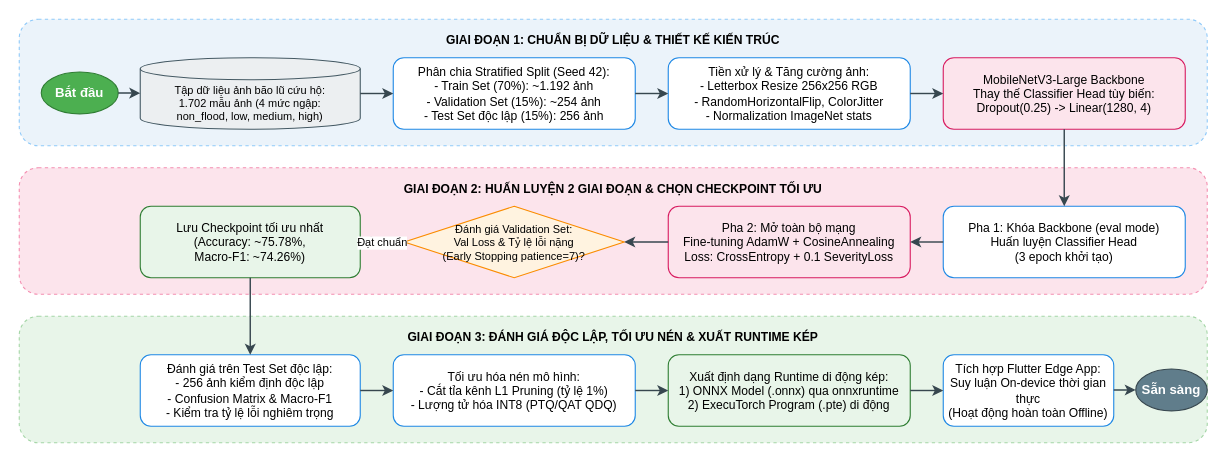
Earlier version of the draw.io diagram report/assets/diagrams/flow_09_ai_training_optimization.drawio (ngthtrong/nckh2). Source tidied: cells renumbered, new cells numbered last; positions are measured from the earlier drawing's top-left corner, leaving out a move shared by most shapes. Both pictures are drawn from the tidied source at 110%, with x=0, y=0 at pixel (19, 19).
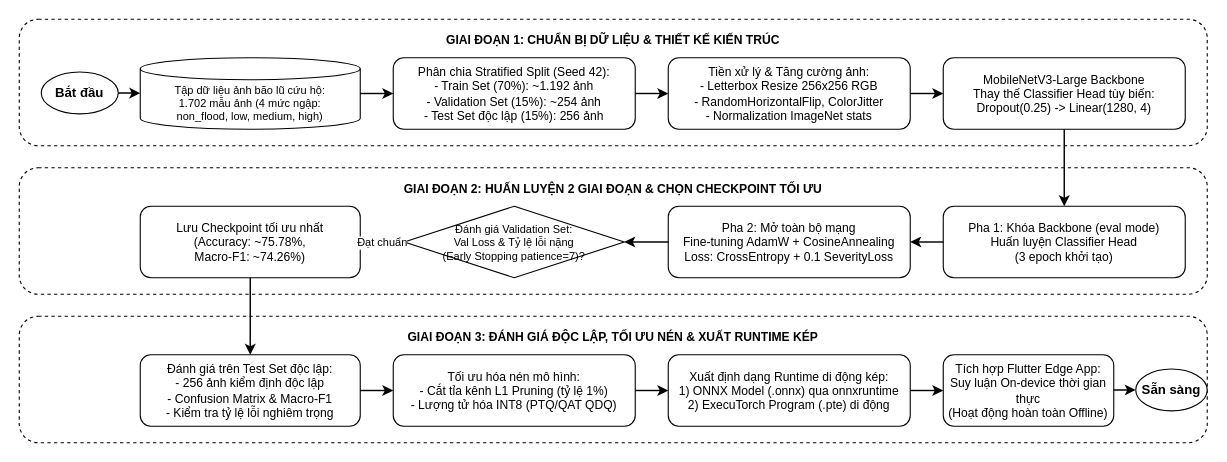
After the change.

The edit, as a diff of the source:
```diff
@@
-    <mxCell id="2" value="GIAI ĐOẠN 1: CHUẨN BỊ DỮ LIỆU &amp; THIẾT KẾ KIẾN TRÚC" style="rounded=1;whiteSpace=wrap;html=1;dashed=1;verticalAlign=top;fontStyle=1;fontSize=11;spacingTop=6;fillColor=#EBF3FA;strokeColor=#90CAF9;fontFamily=Helvetica;" parent="1" vertex="1">
+    <mxCell id="2" value="GIAI ĐOẠN 1: CHUẨN BỊ DỮ LIỆU &amp; THIẾT KẾ KIẾN TRÚC" style="rounded=1;whiteSpace=wrap;html=1;dashed=1;verticalAlign=top;fontStyle=1;fontSize=11;spacingTop=6;fillColor=#FFFFFF;strokeColor=#000000;fontFamily=Helvetica;" parent="1" vertex="1">
       <mxGeometry width="1080" height="115" as="geometry" />
     </mxCell>
-    <mxCell id="3" value="GIAI ĐOẠN 2: HUẤN LUYỆN 2 GIAI ĐOẠN &amp; CHỌN CHECKPOINT TỐI ƯU" style="rounded=1;whiteSpace=wrap;html=1;dashed=1;verticalAlign=top;fontStyle=1;fontSize=11;spacingTop=6;fillColor=#FCE4EC;strokeColor=#F48FB1;fontFamily=Helvetica;" parent="1" vertex="1">
+    <mxCell id="3" value="GIAI ĐOẠN 2: HUẤN LUYỆN 2 GIAI ĐOẠN &amp; CHỌN CHECKPOINT TỐI ƯU" style="rounded=1;whiteSpace=wrap;html=1;dashed=1;verticalAlign=top;fontStyle=1;fontSize=11;spacingTop=6;fillColor=#FFFFFF;strokeColor=#000000;fontFamily=Helvetica;" parent="1" vertex="1">
       <mxGeometry y="135" width="1080" height="115" as="geometry" />
     </mxCell>
-    <mxCell id="4" value="GIAI ĐOẠN 3: ĐÁNH GIÁ ĐỘC LẬP, TỐI ƯU NÉN &amp; XUẤT RUNTIME KÉP" style="rounded=1;whiteSpace=wrap;html=1;dashed=1;verticalAlign=top;fontStyle=1;fontSize=11;spacingTop=6;fillColor=#E8F5E9;strokeColor=#A5D6A7;fontFamily=Helvetica;" parent="1" vertex="1">
+    <mxCell id="4" value="GIAI ĐOẠN 3: ĐÁNH GIÁ ĐỘC LẬP, TỐI ƯU NÉN &amp; XUẤT RUNTIME KÉP" style="rounded=1;whiteSpace=wrap;html=1;dashed=1;verticalAlign=top;fontStyle=1;fontSize=11;spacingTop=6;fillColor=#FFFFFF;strokeColor=#000000;fontFamily=Helvetica;" parent="1" vertex="1">
       <mxGeometry y="270" width="1080" height="115" as="geometry" />
     </mxCell>
-    <mxCell id="5" value="Bắt đầu" style="ellipse;whiteSpace=wrap;html=1;fillColor=#4CAF50;strokeColor=#2E7D32;fontColor=#FFFFFF;fontStyle=1;fontFamily=Helvetica;" parent="1" vertex="1">
+    <mxCell id="5" value="Bắt đầu" style="ellipse;whiteSpace=wrap;html=1;fillColor=#FFFFFF;strokeColor=#000000;fontColor=#000000;fontStyle=1;fontFamily=Helvetica;" parent="1" vertex="1">
       <mxGeometry x="20" y="48" width="70" height="38" as="geometry" />
     </mxCell>
-    <mxCell id="6" value="Tập dữ liệu ảnh bão lũ cứu hộ:&#10;1.702 mẫu ảnh (4 mức ngập:&#10;non_flood, low, medium, high)" style="shape=cylinder3;whiteSpace=wrap;html=1;boundedLbl=1;backgroundOutline=1;size=10;fillColor=#ECEFF1;strokeColor=#455A64;fontSize=10;fontFamily=Helvetica;" parent="1" vertex="1">
+    <mxCell id="6" value="Tập dữ liệu ảnh bão lũ cứu hộ:&#10;1.702 mẫu ảnh (4 mức ngập:&#10;non_flood, low, medium, high)" style="shape=cylinder3;whiteSpace=wrap;html=1;boundedLbl=1;backgroundOutline=1;size=10;fillColor=#FFFFFF;strokeColor=#000000;fontSize=10;fontFamily=Helvetica;" parent="1" vertex="1">
       <mxGeometry x="110" y="35" width="200" height="65" as="geometry" />
     </mxCell>
-    <mxCell id="7" value="Phân chia Stratified Split (Seed 42):&#10;- Train Set (70%): ~1.192 ảnh&#10;- Validation Set (15%): ~254 ảnh&#10;- Test Set độc lập (15%): 256 ảnh" style="rounded=1;whiteSpace=wrap;html=1;fillColor=#FFFFFF;strokeColor=#1E88E5;fontSize=11;fontFamily=Helvetica;" parent="1" vertex="1">
+    <mxCell id="7" value="Phân chia Stratified Split (Seed 42):&#10;- Train Set (70%): ~1.192 ảnh&#10;- Validation Set (15%): ~254 ảnh&#10;- Test Set độc lập (15%): 256 ảnh" style="rounded=1;whiteSpace=wrap;html=1;fillColor=#FFFFFF;strokeColor=#000000;fontSize=11;fontFamily=Helvetica;" parent="1" vertex="1">
       <mxGeometry x="340" y="35" width="220" height="65" as="geometry" />
     </mxCell>
-    <mxCell id="8" value="Tiền xử lý &amp; Tăng cường ảnh:&#10;- Letterbox Resize 256x256 RGB&#10;- RandomHorizontalFlip, ColorJitter&#10;- Normalization ImageNet stats" style="rounded=1;whiteSpace=wrap;html=1;fillColor=#FFFFFF;strokeColor=#1E88E5;fontSize=11;fontFamily=Helvetica;" parent="1" vertex="1">
+    <mxCell id="8" value="Tiền xử lý &amp; Tăng cường ảnh:&#10;- Letterbox Resize 256x256 RGB&#10;- RandomHorizontalFlip, ColorJitter&#10;- Normalization ImageNet stats" style="rounded=1;whiteSpace=wrap;html=1;fillColor=#FFFFFF;strokeColor=#000000;fontSize=11;fontFamily=Helvetica;" parent="1" vertex="1">
       <mxGeometry x="590" y="35" width="220" height="65" as="geometry" />
     </mxCell>
-    <mxCell id="9" value="MobileNetV3-Large Backbone&#10;Thay thế Classifier Head tùy biến:&#10;Dropout(0.25) -&gt; Linear(1280, 4)" style="rounded=1;whiteSpace=wrap;html=1;fillColor=#FCE4EC;strokeColor=#D81B60;fontSize=11;fontFamily=Helvetica;" parent="1" vertex="1">
+    <mxCell id="9" value="MobileNetV3-Large Backbone&#10;Thay thế Classifier Head tùy biến:&#10;Dropout(0.25) -&gt; Linear(1280, 4)" style="rounded=1;whiteSpace=wrap;html=1;fillColor=#FFFFFF;strokeColor=#000000;fontSize=11;fontFamily=Helvetica;" parent="1" vertex="1">
       <mxGeometry x="840" y="35" width="220" height="65" as="geometry" />
     </mxCell>
-    <mxCell id="10" value="Pha 1: Khóa Backbone (eval mode)&#10;Huấn luyện Classifier Head&#10;(3 epoch khởi tạo)" style="rounded=1;whiteSpace=wrap;html=1;fillColor=#FFFFFF;strokeColor=#1E88E5;fontSize=11;fontFamily=Helvetica;" parent="1" vertex="1">
+    <mxCell id="10" value="Pha 1: Khóa Backbone (eval mode)&#10;Huấn luyện Classifier Head&#10;(3 epoch khởi tạo)" style="rounded=1;whiteSpace=wrap;html=1;fillColor=#FFFFFF;strokeColor=#000000;fontSize=11;fontFamily=Helvetica;" parent="1" vertex="1">
       <mxGeometry x="840" y="170" width="220" height="65" as="geometry" />
     </mxCell>
-    <mxCell id="11" value="Pha 2: Mở toàn bộ mạng&#10;Fine-tuning AdamW + CosineAnnealing&#10;Loss: CrossEntropy + 0.1 SeverityLoss" style="rounded=1;whiteSpace=wrap;html=1;fillColor=#FCE4EC;strokeColor=#D81B60;fontSize=11;fontFamily=Helvetica;" parent="1" vertex="1">
+    <mxCell id="11" value="Pha 2: Mở toàn bộ mạng&#10;Fine-tuning AdamW + CosineAnnealing&#10;Loss: CrossEntropy + 0.1 SeverityLoss" style="rounded=1;whiteSpace=wrap;html=1;fillColor=#FFFFFF;strokeColor=#000000;fontSize=11;fontFamily=Helvetica;" parent="1" vertex="1">
       <mxGeometry x="590" y="170" width="220" height="65" as="geometry" />
     </mxCell>
-    <mxCell id="12" value="Đánh giá Validation Set:&#10;Val Loss &amp; Tỷ lệ lỗi nặng&#10;(Early Stopping patience=7)?" style="rhombus;whiteSpace=wrap;html=1;fillColor=#FFF3E0;strokeColor=#FB8C00;fontSize=10;fontFamily=Helvetica;" parent="1" vertex="1">
+    <mxCell id="12" value="Đánh giá Validation Set:&#10;Val Loss &amp; Tỷ lệ lỗi nặng&#10;(Early Stopping patience=7)?" style="rhombus;whiteSpace=wrap;html=1;fillColor=#FFFFFF;strokeColor=#000000;fontSize=10;fontFamily=Helvetica;" parent="1" vertex="1">
       <mxGeometry x="350" y="170" width="200" height="65" as="geometry" />
     </mxCell>
-    <mxCell id="13" value="Lưu Checkpoint tối ưu nhất&#10;(Accuracy: ~75.78%,&#10;Macro-F1: ~74.26%)" style="rounded=1;whiteSpace=wrap;html=1;fillColor=#E8F5E9;strokeColor=#2E7D32;fontSize=11;fontFamily=Helvetica;" parent="1" vertex="1">
+    <mxCell id="13" value="Lưu Checkpoint tối ưu nhất&#10;(Accuracy: ~75.78%,&#10;Macro-F1: ~74.26%)" style="rounded=1;whiteSpace=wrap;html=1;fillColor=#FFFFFF;strokeColor=#000000;fontSize=11;fontFamily=Helvetica;" parent="1" vertex="1">
       <mxGeometry x="110" y="170" width="200" height="65" as="geometry" />
     </mxCell>
-    <mxCell id="14" value="Đánh giá trên Test Set độc lập:&#10;- 256 ảnh kiểm định độc lập&#10;- Confusion Matrix &amp; Macro-F1&#10;- Kiểm tra tỷ lệ lỗi nghiêm trọng" style="rounded=1;whiteSpace=wrap;html=1;fillColor=#FFFFFF;strokeColor=#1E88E5;fontSize=11;fontFamily=Helvetica;" parent="1" vertex="1">
+    <mxCell id="14" value="Đánh giá trên Test Set độc lập:&#10;- 256 ảnh kiểm định độc lập&#10;- Confusion Matrix &amp; Macro-F1&#10;- Kiểm tra tỷ lệ lỗi nghiêm trọng" style="rounded=1;whiteSpace=wrap;html=1;fillColor=#FFFFFF;strokeColor=#000000;fontSize=11;fontFamily=Helvetica;" parent="1" vertex="1">
       <mxGeometry x="110" y="305" width="200" height="65" as="geometry" />
     </mxCell>
-    <mxCell id="15" value="Tối ưu hóa nén mô hình:&#10;- Cắt tỉa kênh L1 Pruning (tỷ lệ 1%)&#10;- Lượng tử hóa INT8 (PTQ/QAT QDQ)" style="rounded=1;whiteSpace=wrap;html=1;fillColor=#FFFFFF;strokeColor=#1E88E5;fontSize=11;fontFamily=Helvetica;" parent="1" vertex="1">
+    <mxCell id="15" value="Tối ưu hóa nén mô hình:&#10;- Cắt tỉa kênh L1 Pruning (tỷ lệ 1%)&#10;- Lượng tử hóa INT8 (PTQ/QAT QDQ)" style="rounded=1;whiteSpace=wrap;html=1;fillColor=#FFFFFF;strokeColor=#000000;fontSize=11;fontFamily=Helvetica;" parent="1" vertex="1">
       <mxGeometry x="340" y="305" width="220" height="65" as="geometry" />
     </mxCell>
-    <mxCell id="16" value="Xuất định dạng Runtime di động kép:&#10;1) ONNX Model (.onnx) qua onnxruntime&#10;2) ExecuTorch Program (.pte) di động" style="rounded=1;whiteSpace=wrap;html=1;fillColor=#E8F5E9;strokeColor=#2E7D32;fontSize=11;fontFamily=Helvetica;" parent="1" vertex="1">
+    <mxCell id="16" value="Xuất định dạng Runtime di động kép:&#10;1) ONNX Model (.onnx) qua onnxruntime&#10;2) ExecuTorch Program (.pte) di động" style="rounded=1;whiteSpace=wrap;html=1;fillColor=#FFFFFF;strokeColor=#000000;fontSize=11;fontFamily=Helvetica;" parent="1" vertex="1">
       <mxGeometry x="590" y="305" width="220" height="65" as="geometry" />
     </mxCell>
-    <mxCell id="17" value="Tích hợp Flutter Edge App:&#10;Suy luận On-device thời gian thực&#10;(Hoạt động hoàn toàn Offline)" style="rounded=1;whiteSpace=wrap;html=1;fillColor=#FFFFFF;strokeColor=#1E88E5;fontSize=11;fontFamily=Helvetica;" parent="1" vertex="1">
+    <mxCell id="17" value="Tích hợp Flutter Edge App:&#10;Suy luận On-device thời gian thực&#10;(Hoạt động hoàn toàn Offline)" style="rounded=1;whiteSpace=wrap;html=1;fillColor=#FFFFFF;strokeColor=#000000;fontSize=11;fontFamily=Helvetica;" parent="1" vertex="1">
       <mxGeometry x="840" y="305" width="155" height="65" as="geometry" />
     </mxCell>
-    <mxCell id="18" value="Sẵn sàng" style="ellipse;whiteSpace=wrap;html=1;fillColor=#607D8B;strokeColor=#37474F;fontColor=#FFFFFF;fontStyle=1;fontFamily=Helvetica;" parent="1" vertex="1">
+    <mxCell id="18" value="Sẵn sàng" style="ellipse;whiteSpace=wrap;html=1;fillColor=#FFFFFF;strokeColor=#000000;fontColor=#000000;fontStyle=1;fontFamily=Helvetica;" parent="1" vertex="1">
       <mxGeometry x="1015" y="318" width="65" height="38" as="geometry" />
     </mxCell>
-    <mxCell id="19" style="endArrow=classic;html=1;strokeColor=#37474F;strokeWidth=1.3;fontSize=10;fontFamily=Helvetica;" parent="1" edge="1" source="5" target="6">
+    <mxCell id="19" style="endArrow=classic;html=1;strokeColor=#000000;strokeWidth=1.3;fontSize=10;fontFamily=Helvetica;" parent="1" edge="1" source="5" target="6">
       <mxGeometry relative="1" as="geometry" />
     </mxCell>
-    <mxCell id="20" style="endArrow=classic;html=1;strokeColor=#37474F;strokeWidth=1.3;fontSize=10;fontFamily=Helvetica;" parent="1" edge="1" source="6" target="7">
+    <mxCell id="20" style="endArrow=classic;html=1;strokeColor=#000000;strokeWidth=1.3;fontSize=10;fontFamily=Helvetica;" parent="1" edge="1" source="6" target="7">
       <mxGeometry relative="1" as="geometry" />
     </mxCell>
-    <mxCell id="21" style="endArrow=classic;html=1;strokeColor=#37474F;strokeWidth=1.3;fontSize=10;fontFamily=Helvetica;" parent="1" edge="1" source="7" target="8">
+    <mxCell id="21" style="endArrow=classic;html=1;strokeColor=#000000;strokeWidth=1.3;fontSize=10;fontFamily=Helvetica;" parent="1" edge="1" source="7" target="8">
       <mxGeometry relative="1" as="geometry" />
     </mxCell>
-    <mxCell id="22" style="endArrow=classic;html=1;strokeColor=#37474F;strokeWidth=1.3;fontSize=10;fontFamily=Helvetica;" parent="1" edge="1" source="8" target="9">
+    <mxCell id="22" style="endArrow=classic;html=1;strokeColor=#000000;strokeWidth=1.3;fontSize=10;fontFamily=Helvetica;" parent="1" edge="1" source="8" target="9">
       <mxGeometry relative="1" as="geometry" />
     </mxCell>
-    <mxCell id="23" style="endArrow=classic;html=1;strokeColor=#37474F;strokeWidth=1.3;fontSize=10;fontFamily=Helvetica;" parent="1" edge="1" source="9" target="10">
+    <mxCell id="23" style="endArrow=classic;html=1;strokeColor=#000000;strokeWidth=1.3;fontSize=10;fontFamily=Helvetica;" parent="1" edge="1" source="9" target="10">
       <mxGeometry relative="1" as="geometry" />
     </mxCell>
-    <mxCell id="24" style="endArrow=classic;html=1;strokeColor=#37474F;strokeWidth=1.3;fontSize=10;fontFamily=Helvetica;" parent="1" edge="1" source="10" target="11">
+    <mxCell id="24" style="endArrow=classic;html=1;strokeColor=#000000;strokeWidth=1.3;fontSize=10;fontFamily=Helvetica;" parent="1" edge="1" source="10" target="11">
       <mxGeometry relative="1" as="geometry" />
     </mxCell>
-    <mxCell id="25" style="endArrow=classic;html=1;strokeColor=#37474F;strokeWidth=1.3;fontSize=10;fontFamily=Helvetica;" parent="1" edge="1" source="11" target="12">
+    <mxCell id="25" style="endArrow=classic;html=1;strokeColor=#000000;strokeWidth=1.3;fontSize=10;fontFamily=Helvetica;" parent="1" edge="1" source="11" target="12">
       <mxGeometry relative="1" as="geometry" />
     </mxCell>
-    <mxCell id="26" value="Đạt chuẩn" style="endArrow=classic;html=1;strokeColor=#37474F;strokeWidth=1.3;fontSize=10;fontFamily=Helvetica;" parent="1" edge="1" source="12" target="13">
+    <mxCell id="26" value="Đạt chuẩn" style="endArrow=classic;html=1;strokeColor=#000000;strokeWidth=1.3;fontSize=10;fontFamily=Helvetica;" parent="1" edge="1" source="12" target="13">
       <mxGeometry relative="1" as="geometry" />
     </mxCell>
-    <mxCell id="27" style="endArrow=classic;html=1;strokeColor=#37474F;strokeWidth=1.3;fontSize=10;fontFamily=Helvetica;" parent="1" edge="1" source="13" target="14">
+    <mxCell id="27" style="endArrow=classic;html=1;strokeColor=#000000;strokeWidth=1.3;fontSize=10;fontFamily=Helvetica;" parent="1" edge="1" source="13" target="14">
       <mxGeometry relative="1" as="geometry" />
     </mxCell>
-    <mxCell id="28" style="endArrow=classic;html=1;strokeColor=#37474F;strokeWidth=1.3;fontSize=10;fontFamily=Helvetica;" parent="1" edge="1" source="14" target="15">
+    <mxCell id="28" style="endArrow=classic;html=1;strokeColor=#000000;strokeWidth=1.3;fontSize=10;fontFamily=Helvetica;" parent="1" edge="1" source="14" target="15">
       <mxGeometry relative="1" as="geometry" />
     </mxCell>
-    <mxCell id="29" style="endArrow=classic;html=1;strokeColor=#37474F;strokeWidth=1.3;fontSize=10;fontFamily=Helvetica;" parent="1" edge="1" source="15" target="16">
+    <mxCell id="29" style="endArrow=classic;html=1;strokeColor=#000000;strokeWidth=1.3;fontSize=10;fontFamily=Helvetica;" parent="1" edge="1" source="15" target="16">
       <mxGeometry relative="1" as="geometry" />
     </mxCell>
-    <mxCell id="30" style="endArrow=classic;html=1;strokeColor=#37474F;strokeWidth=1.3;fontSize=10;fontFamily=Helvetica;" parent="1" edge="1" source="16" target="17">
+    <mxCell id="30" style="endArrow=classic;html=1;strokeColor=#000000;strokeWidth=1.3;fontSize=10;fontFamily=Helvetica;" parent="1" edge="1" source="16" target="17">
       <mxGeometry relative="1" as="geometry" />
     </mxCell>
-    <mxCell id="31" style="endArrow=classic;html=1;strokeColor=#37474F;strokeWidth=1.3;fontSize=10;fontFamily=Helvetica;" parent="1" edge="1" source="17" target="18">
+    <mxCell id="31" style="endArrow=classic;html=1;strokeColor=#000000;strokeWidth=1.3;fontSize=10;fontFamily=Helvetica;" parent="1" edge="1" source="17" target="18">
       <mxGeometry relative="1" as="geometry" />
     </mxCell>
```
